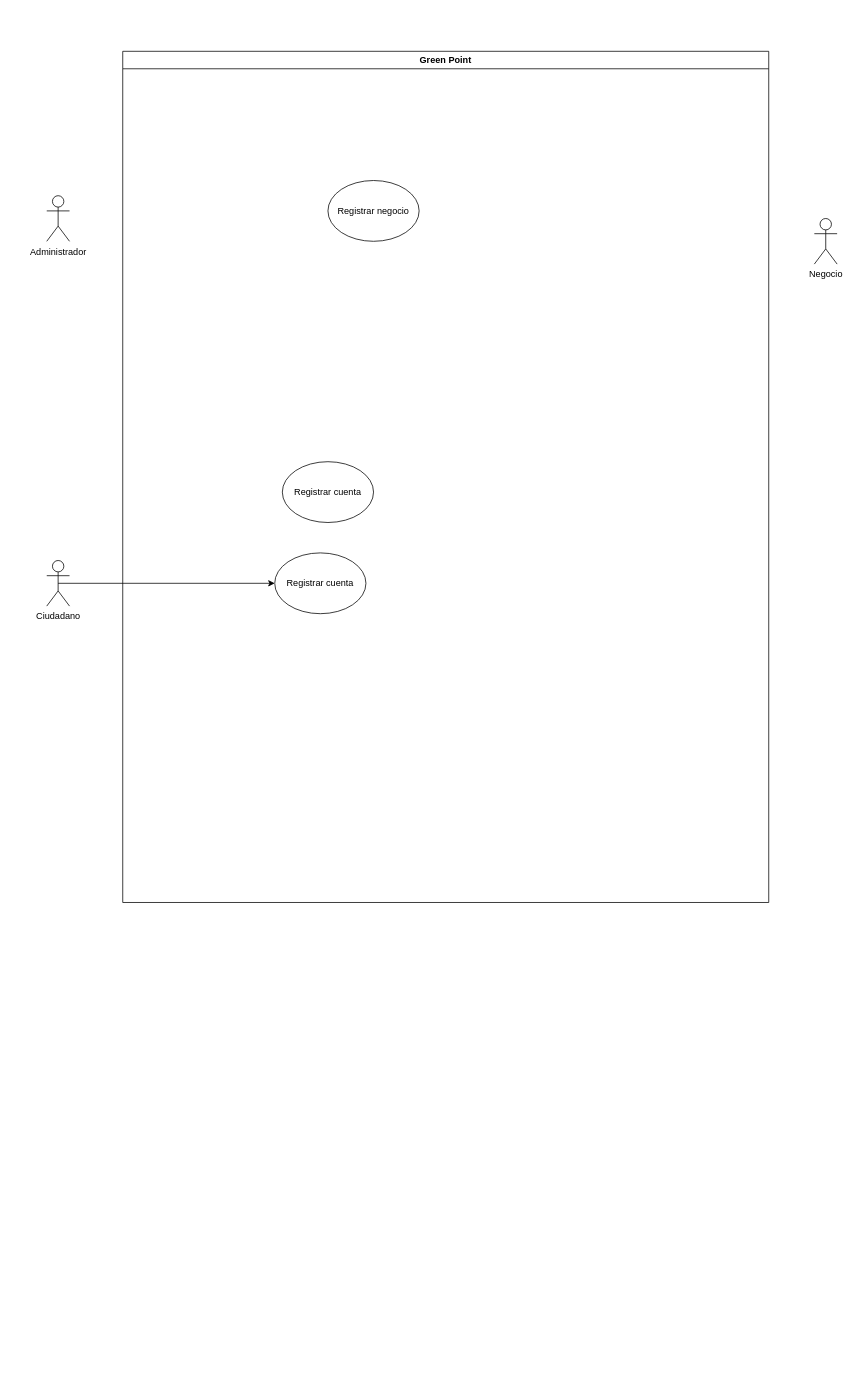
Above: Documentation/Green Point - Casos de Uso.drawio in Zydell/GreenPoint (draw.io), before the change. Source tidied: cells renumbered, new cells numbered last; positions are measured from the earlier drawing's top-left corner, leaving out a move shared by most shapes. Both pictures are drawn from the tidied source at 76%, with x=0, y=0 at pixel (46, 51).
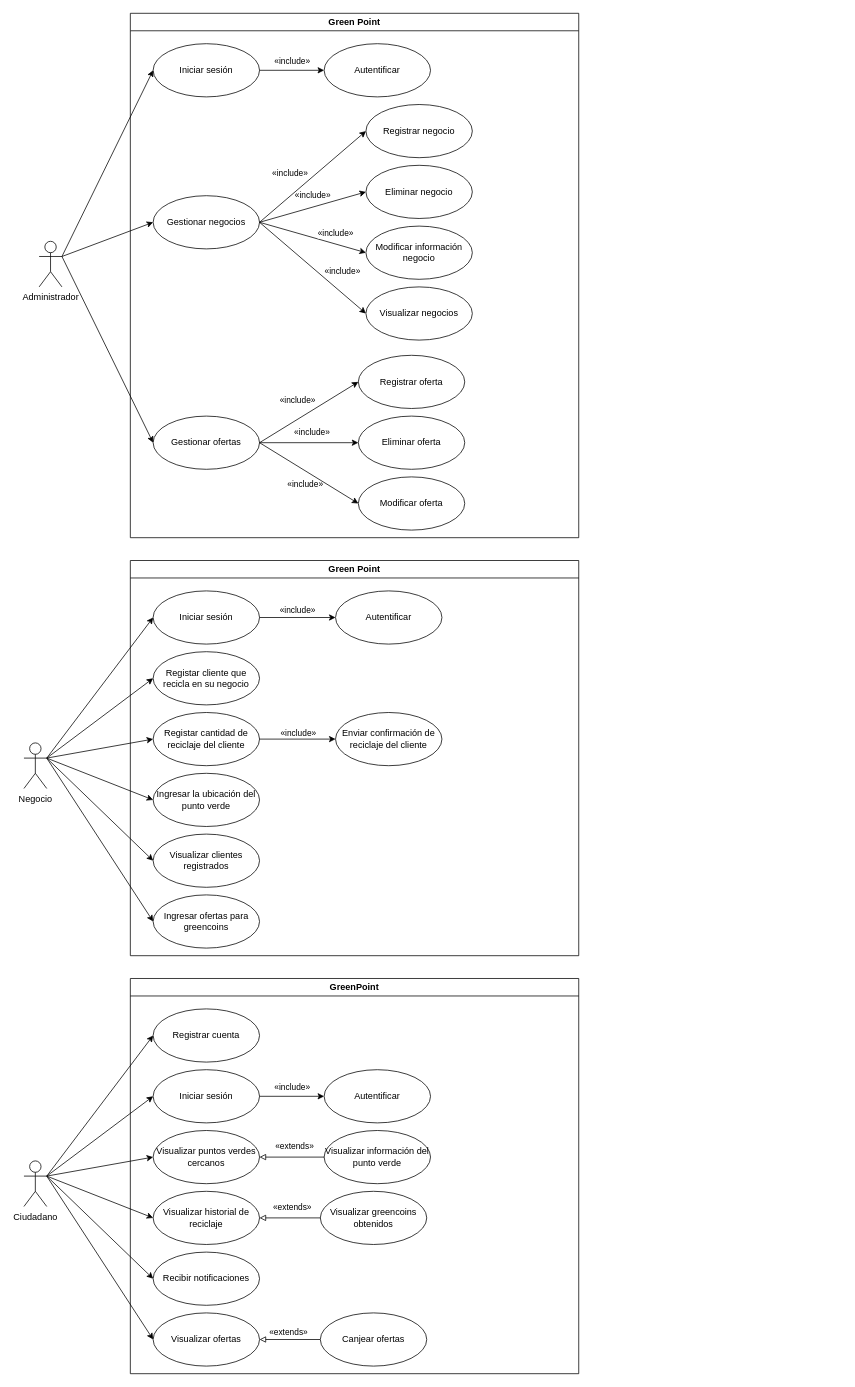
Above is the later version.

Commit message (it also covers changes not shown here):
Casos de Uso

What changed in the source:
```diff
@@
     <mxCell id="2" value="Green Point" style="swimlane;whiteSpace=wrap;html=1;" parent="1" vertex="1">
-      <mxGeometry x="100" width="850" height="1120" as="geometry" />
+      <mxGeometry x="110" y="-50" width="590" height="690" as="geometry" />
     </mxCell>
+    <mxCell id="10" value="Eliminar negocio" style="ellipse;whiteSpace=wrap;html=1;" parent="2" vertex="1">
+      <mxGeometry x="310" y="200" width="140" height="70" as="geometry" />
+    </mxCell>
     <mxCell id="3" value="Registrar negocio" style="ellipse;whiteSpace=wrap;html=1;" parent="2" vertex="1">
-      <mxGeometry x="270" y="170" width="120" height="80" as="geometry" />
+      <mxGeometry x="310" y="120" width="140" height="70" as="geometry" />
     </mxCell>
-    <mxCell id="4" value="Registrar cuenta" style="ellipse;whiteSpace=wrap;html=1;" parent="2" vertex="1">
-      <mxGeometry x="200" y="660" width="120" height="80" as="geometry" />
-    </mxCell>
-    <mxCell id="5" value="Registrar cuenta" style="ellipse;whiteSpace=wrap;html=1;" parent="2" vertex="1">
-      <mxGeometry x="210" y="540" width="120" height="80" as="geometry" />
-    </mxCell>
+    <mxCell id="11" value="Modificar información negocio" style="ellipse;whiteSpace=wrap;html=1;" parent="2" vertex="1">
+      <mxGeometry x="310" y="280" width="140" height="70" as="geometry" />
+    </mxCell>
+    <mxCell id="12" value="Visualizar negocios" style="ellipse;whiteSpace=wrap;html=1;" parent="2" vertex="1">
+      <mxGeometry x="310" y="360" width="140" height="70" as="geometry" />
+    </mxCell>
+    <mxCell id="13" value="Gestionar negocios" style="ellipse;whiteSpace=wrap;html=1;" parent="2" vertex="1">
+      <mxGeometry x="30" y="240" width="140" height="70" as="geometry" />
+    </mxCell>
+    <mxCell id="14" value="&lt;span style=&quot;color: rgb(0, 0, 0); font-family: Helvetica; font-size: 11px; font-style: normal; font-variant-ligatures: normal; font-variant-caps: normal; font-weight: 400; letter-spacing: normal; orphans: 2; text-align: center; text-indent: 0px; text-transform: none; widows: 2; word-spacing: 0px; -webkit-text-stroke-width: 0px; white-space: nowrap; background-color: rgb(255, 255, 255); text-decoration-thickness: initial; text-decoration-style: initial; text-decoration-color: initial; display: inline !important; float: none;&quot;&gt;«include»&lt;/span&gt;" style="rounded=0;jettySize=auto;html=1;exitX=1;exitY=0.5;exitDx=0;exitDy=0;entryX=0;entryY=0.5;entryDx=0;entryDy=0;" parent="2" edge="1" source="13" target="12">
+      <mxGeometry x="0.36" y="22" relative="1" as="geometry" />
+    </mxCell>
+    <mxCell id="15" value="&lt;span style=&quot;color: rgb(0, 0, 0); font-family: Helvetica; font-size: 11px; font-style: normal; font-variant-ligatures: normal; font-variant-caps: normal; font-weight: 400; letter-spacing: normal; orphans: 2; text-align: center; text-indent: 0px; text-transform: none; widows: 2; word-spacing: 0px; -webkit-text-stroke-width: 0px; white-space: nowrap; background-color: rgb(255, 255, 255); text-decoration-thickness: initial; text-decoration-style: initial; text-decoration-color: initial; display: inline !important; float: none;&quot;&gt;«include»&lt;/span&gt;" style="rounded=0;jettySize=auto;html=1;exitX=1;exitY=0.5;exitDx=0;exitDy=0;entryX=0;entryY=0.5;entryDx=0;entryDy=0;" parent="2" edge="1" source="13" target="11">
+      <mxGeometry x="0.38" y="13" relative="1" as="geometry" />
+    </mxCell>
+    <mxCell id="16" value="&lt;span style=&quot;color: rgb(0, 0, 0); font-family: Helvetica; font-size: 11px; font-style: normal; font-variant-ligatures: normal; font-variant-caps: normal; font-weight: 400; letter-spacing: normal; orphans: 2; text-align: center; text-indent: 0px; text-transform: none; widows: 2; word-spacing: 0px; -webkit-text-stroke-width: 0px; white-space: nowrap; background-color: rgb(255, 255, 255); text-decoration-thickness: initial; text-decoration-style: initial; text-decoration-color: initial; display: inline !important; float: none;&quot;&gt;«include»&lt;/span&gt;" style="rounded=0;jettySize=auto;html=1;exitX=1;exitY=0.5;exitDx=0;exitDy=0;entryX=0;entryY=0.5;entryDx=0;entryDy=0;" parent="2" edge="1" source="13" target="10">
+      <mxGeometry x="0.06" y="14" relative="1" as="geometry" />
+    </mxCell>
+    <mxCell id="17" value="&lt;span style=&quot;color: rgb(0, 0, 0); font-family: Helvetica; font-size: 11px; font-style: normal; font-variant-ligatures: normal; font-variant-caps: normal; font-weight: 400; letter-spacing: normal; orphans: 2; text-align: center; text-indent: 0px; text-transform: none; widows: 2; word-spacing: 0px; -webkit-text-stroke-width: 0px; white-space: nowrap; background-color: rgb(255, 255, 255); text-decoration-thickness: initial; text-decoration-style: initial; text-decoration-color: initial; display: inline !important; float: none;&quot;&gt;«include»&lt;/span&gt;" style="rounded=0;jettySize=auto;html=1;exitX=1;exitY=0.5;exitDx=0;exitDy=0;entryX=0;entryY=0.5;entryDx=0;entryDy=0;" parent="2" edge="1" source="13" target="3">
+      <mxGeometry x="-0.21" y="23" relative="1" as="geometry" />
+    </mxCell>
+    <mxCell id="18" value="Eliminar oferta" style="ellipse;whiteSpace=wrap;html=1;" parent="2" vertex="1">
+      <mxGeometry x="300" y="530" width="140" height="70" as="geometry" />
+    </mxCell>
+    <mxCell id="19" value="Registrar oferta" style="ellipse;whiteSpace=wrap;html=1;" parent="2" vertex="1">
+      <mxGeometry x="300" y="450" width="140" height="70" as="geometry" />
+    </mxCell>
+    <mxCell id="20" value="Modificar oferta" style="ellipse;whiteSpace=wrap;html=1;" parent="2" vertex="1">
+      <mxGeometry x="300" y="610" width="140" height="70" as="geometry" />
+    </mxCell>
+    <mxCell id="21" value="Gestionar ofertas" style="ellipse;whiteSpace=wrap;html=1;" parent="2" vertex="1">
+      <mxGeometry x="30" y="530" width="140" height="70" as="geometry" />
+    </mxCell>
+    <mxCell id="22" value="&lt;span style=&quot;color: rgb(0, 0, 0); font-family: Helvetica; font-size: 11px; font-style: normal; font-variant-ligatures: normal; font-variant-caps: normal; font-weight: 400; letter-spacing: normal; orphans: 2; text-align: center; text-indent: 0px; text-transform: none; widows: 2; word-spacing: 0px; -webkit-text-stroke-width: 0px; white-space: nowrap; text-decoration-thickness: initial; text-decoration-style: initial; text-decoration-color: initial; float: none; display: inline !important;&quot;&gt;«include»&lt;/span&gt;" style="rounded=0;jettySize=auto;html=1;exitX=1;exitY=0.5;exitDx=0;exitDy=0;entryX=0;entryY=0.5;entryDx=0;entryDy=0;labelBackgroundColor=none;" parent="2" edge="1" source="21" target="20">
+      <mxGeometry x="0.05" y="-15" relative="1" as="geometry" />
+    </mxCell>
+    <mxCell id="23" value="&lt;span style=&quot;color: rgb(0, 0, 0); font-family: Helvetica; font-size: 11px; font-style: normal; font-variant-ligatures: normal; font-variant-caps: normal; font-weight: 400; letter-spacing: normal; orphans: 2; text-align: center; text-indent: 0px; text-transform: none; widows: 2; word-spacing: 0px; -webkit-text-stroke-width: 0px; white-space: nowrap; background-color: rgb(255, 255, 255); text-decoration-thickness: initial; text-decoration-style: initial; text-decoration-color: initial; display: inline !important; float: none;&quot;&gt;«include»&lt;/span&gt;" style="rounded=0;jettySize=auto;html=1;exitX=1;exitY=0.5;exitDx=0;exitDy=0;entryX=0;entryY=0.5;entryDx=0;entryDy=0;" parent="2" edge="1" source="21" target="18">
+      <mxGeometry x="0.06" y="14" relative="1" as="geometry" />
+    </mxCell>
+    <mxCell id="24" value="&lt;span style=&quot;color: rgb(0, 0, 0); font-family: Helvetica; font-size: 11px; font-style: normal; font-variant-ligatures: normal; font-variant-caps: normal; font-weight: 400; letter-spacing: normal; orphans: 2; text-align: center; text-indent: 0px; text-transform: none; widows: 2; word-spacing: 0px; -webkit-text-stroke-width: 0px; white-space: nowrap; background-color: rgb(255, 255, 255); text-decoration-thickness: initial; text-decoration-style: initial; text-decoration-color: initial; display: inline !important; float: none;&quot;&gt;«include»&lt;/span&gt;" style="rounded=0;jettySize=auto;html=1;exitX=1;exitY=0.5;exitDx=0;exitDy=0;entryX=0;entryY=0.5;entryDx=0;entryDy=0;" parent="2" edge="1" source="21" target="19">
+      <mxGeometry x="-0.06" y="21" relative="1" as="geometry" />
+    </mxCell>
+    <mxCell id="25" value="Iniciar sesión" style="ellipse;whiteSpace=wrap;html=1;" parent="2" vertex="1">
+      <mxGeometry x="30" y="40" width="140" height="70" as="geometry" />
+    </mxCell>
+    <mxCell id="26" style="rounded=0;jettySize=auto;html=1;" parent="2" edge="1" source="25" target="28">
+      <mxGeometry relative="1" as="geometry" />
+    </mxCell>
+    <mxCell id="27" value="«include»" style="edgeLabel;html=1;align=center;verticalAlign=middle;" parent="26" vertex="1">
+      <mxGeometry x="-0.01" y="-1" relative="1" as="geometry">
+        <mxPoint y="-14" as="offset" />
+      </mxGeometry>
+    </mxCell>
+    <mxCell id="28" value="Autentificar" style="ellipse;whiteSpace=wrap;html=1;" parent="2" vertex="1">
+      <mxGeometry x="255" y="40" width="140" height="70" as="geometry" />
+    </mxCell>
+    <mxCell id="29" style="rounded=0;jettySize=auto;html=1;exitX=1;exitY=0.3333333333333333;exitDx=0;exitDy=0;exitPerimeter=0;entryX=0;entryY=0.5;entryDx=0;entryDy=0;" parent="1" edge="1" source="6" target="13">
+      <mxGeometry relative="1" as="geometry" />
+    </mxCell>
+    <mxCell id="30" style="rounded=0;jettySize=auto;html=1;exitX=1;exitY=0.3333333333333333;exitDx=0;exitDy=0;exitPerimeter=0;entryX=0;entryY=0.5;entryDx=0;entryDy=0;" parent="1" edge="1" source="6" target="21">
+      <mxGeometry relative="1" as="geometry" />
+    </mxCell>
+    <mxCell id="31" style="rounded=0;jettySize=auto;html=1;exitX=1;exitY=0.3333333333333333;exitDx=0;exitDy=0;exitPerimeter=0;entryX=0;entryY=0.5;entryDx=0;entryDy=0;" parent="1" edge="1" source="6" target="25">
+      <mxGeometry relative="1" as="geometry" />
+    </mxCell>
     <mxCell id="6" value="Administrador" style="shape=umlActor;verticalLabelPosition=bottom;verticalAlign=top;html=1;outlineConnect=0;" parent="1" vertex="1">
-      <mxGeometry y="190" width="30" height="60" as="geometry" />
+      <mxGeometry x="-10" y="250" width="30" height="60" as="geometry" />
     </mxCell>
+    <mxCell id="32" style="rounded=0;jettySize=auto;html=1;exitX=1;exitY=0.3333333333333333;exitDx=0;exitDy=0;exitPerimeter=0;entryX=0;entryY=0.5;entryDx=0;entryDy=0;" parent="1" edge="1" source="7" target="39">
+      <mxGeometry relative="1" as="geometry" />
+    </mxCell>
+    <mxCell id="33" style="rounded=0;jettySize=auto;html=1;exitX=1;exitY=0.3333333333333333;exitDx=0;exitDy=0;exitPerimeter=0;entryX=0;entryY=0.5;entryDx=0;entryDy=0;" parent="1" edge="1" source="7" target="49">
+      <mxGeometry relative="1" as="geometry" />
+    </mxCell>
+    <mxCell id="34" style="rounded=0;jettySize=auto;html=1;exitX=1;exitY=0.3333333333333333;exitDx=0;exitDy=0;exitPerimeter=0;entryX=0;entryY=0.5;entryDx=0;entryDy=0;" parent="1" edge="1" source="7" target="40">
+      <mxGeometry relative="1" as="geometry" />
+    </mxCell>
+    <mxCell id="35" style="rounded=0;jettySize=auto;html=1;exitX=1;exitY=0.3333333333333333;exitDx=0;exitDy=0;exitPerimeter=0;entryX=0;entryY=0.5;entryDx=0;entryDy=0;" parent="1" edge="1" source="7" target="47">
+      <mxGeometry relative="1" as="geometry" />
+    </mxCell>
+    <mxCell id="36" style="rounded=0;jettySize=auto;html=1;exitX=1;exitY=0.3333333333333333;exitDx=0;exitDy=0;exitPerimeter=0;entryX=0;entryY=0.5;entryDx=0;entryDy=0;" parent="1" edge="1" source="7" target="48">
+      <mxGeometry relative="1" as="geometry" />
+    </mxCell>
+    <mxCell id="37" style="rounded=0;jettySize=auto;html=1;exitX=1;exitY=0.3333333333333333;exitDx=0;exitDy=0;exitPerimeter=0;entryX=0;entryY=0.5;entryDx=0;entryDy=0;" parent="1" edge="1" source="7" target="50">
+      <mxGeometry relative="1" as="geometry" />
+    </mxCell>
     <mxCell id="7" value="Negocio" style="shape=umlActor;verticalLabelPosition=bottom;verticalAlign=top;html=1;outlineConnect=0;" parent="1" vertex="1">
-      <mxGeometry x="1010" y="220" width="30" height="60" as="geometry" />
+      <mxGeometry x="-30" y="910" width="30" height="60" as="geometry" />
     </mxCell>
-    <mxCell id="8" style="edgeStyle=orthogonalEdgeStyle;rounded=0;jettySize=auto;html=1;exitX=0.5;exitY=0.5;exitDx=0;exitDy=0;exitPerimeter=0;entryX=0;entryY=0.5;entryDx=0;entryDy=0;" parent="1" edge="1" source="9" target="4">
-      <mxGeometry relative="1" as="geometry" />
-    </mxCell>
+    <mxCell id="38" value="Green Point" style="swimlane;whiteSpace=wrap;html=1;" parent="1" vertex="1">
+      <mxGeometry x="110" y="670" width="590" height="520" as="geometry" />
+    </mxCell>
+    <mxCell id="39" value="Iniciar sesión" style="ellipse;whiteSpace=wrap;html=1;" parent="38" vertex="1">
+      <mxGeometry x="30" y="40" width="140" height="70" as="geometry" />
+    </mxCell>
+    <mxCell id="40" value="Registar cantidad de reciclaje del cliente" style="ellipse;whiteSpace=wrap;html=1;" parent="38" vertex="1">
+      <mxGeometry x="30" y="200" width="140" height="70" as="geometry" />
+    </mxCell>
+    <mxCell id="41" value="Enviar confirmación de reciclaje del cliente" style="ellipse;whiteSpace=wrap;html=1;" parent="38" vertex="1">
+      <mxGeometry x="270" y="200" width="140" height="70" as="geometry" />
+    </mxCell>
+    <mxCell id="42" value="Autentificar" style="ellipse;whiteSpace=wrap;html=1;" parent="38" vertex="1">
+      <mxGeometry x="270" y="40" width="140" height="70" as="geometry" />
+    </mxCell>
+    <mxCell id="43" style="rounded=0;jettySize=auto;html=1;entryX=1;entryY=0.5;entryDx=0;entryDy=0;endArrow=none;endFill=0;exitX=0;exitY=0.5;exitDx=0;exitDy=0;startArrow=classic;startFill=1;" parent="38" edge="1" source="41" target="40">
+      <mxGeometry relative="1" as="geometry" />
+    </mxCell>
+    <mxCell id="44" value="«include»" style="edgeLabel;html=1;align=center;verticalAlign=middle;" parent="43" vertex="1">
+      <mxGeometry x="-0.18" y="3" relative="1" as="geometry">
+        <mxPoint x="-9" y="-12" as="offset" />
+      </mxGeometry>
+    </mxCell>
+    <mxCell id="45" style="rounded=0;jettySize=auto;html=1;" parent="38" edge="1" source="39" target="42">
+      <mxGeometry relative="1" as="geometry" />
+    </mxCell>
+    <mxCell id="46" value="«include»" style="edgeLabel;html=1;align=center;verticalAlign=middle;" parent="45" vertex="1">
+      <mxGeometry x="-0.01" y="-1" relative="1" as="geometry">
+        <mxPoint x="-1" y="-11" as="offset" />
+      </mxGeometry>
+    </mxCell>
+    <mxCell id="47" value="Ingresar la ubicación del punto verde" style="ellipse;whiteSpace=wrap;html=1;" parent="38" vertex="1">
+      <mxGeometry x="30" y="280" width="140" height="70" as="geometry" />
+    </mxCell>
+    <mxCell id="48" value="Visualizar clientes registrados" style="ellipse;whiteSpace=wrap;html=1;" parent="38" vertex="1">
+      <mxGeometry x="30" y="360" width="140" height="70" as="geometry" />
+    </mxCell>
+    <mxCell id="49" value="Registar cliente que recicla en su negocio" style="ellipse;whiteSpace=wrap;html=1;" parent="38" vertex="1">
+      <mxGeometry x="30" y="120" width="140" height="70" as="geometry" />
+    </mxCell>
+    <mxCell id="50" value="Ingresar ofertas para greencoins" style="ellipse;whiteSpace=wrap;html=1;" parent="38" vertex="1">
+      <mxGeometry x="30" y="440" width="140" height="70" as="geometry" />
+    </mxCell>
+    <mxCell id="51" value="GreenPoint" style="swimlane;whiteSpace=wrap;html=1;" parent="1" vertex="1">
+      <mxGeometry x="110" y="1220" width="590" height="520" as="geometry" />
+    </mxCell>
+    <mxCell id="52" value="Visualizar greencoins obtenidos" style="ellipse;whiteSpace=wrap;html=1;" parent="51" vertex="1">
+      <mxGeometry x="250" y="280" width="140" height="70" as="geometry" />
+    </mxCell>
+    <mxCell id="53" value="Visualizar historial de reciclaje" style="ellipse;whiteSpace=wrap;html=1;" parent="51" vertex="1">
+      <mxGeometry x="30" y="280" width="140" height="70" as="geometry" />
+    </mxCell>
+    <mxCell id="54" value="Registrar cuenta" style="ellipse;whiteSpace=wrap;html=1;" parent="51" vertex="1">
+      <mxGeometry x="30" y="40" width="140" height="70" as="geometry" />
+    </mxCell>
+    <mxCell id="55" value="Visualizar puntos verdes cercanos" style="ellipse;whiteSpace=wrap;html=1;" parent="51" vertex="1">
+      <mxGeometry x="30" y="200" width="140" height="70" as="geometry" />
+    </mxCell>
+    <mxCell id="56" style="rounded=0;jettySize=auto;html=1;endArrow=block;endFill=0;exitX=0;exitY=0.5;exitDx=0;exitDy=0;" parent="51" edge="1" source="52" target="53">
+      <mxGeometry relative="1" as="geometry" />
+    </mxCell>
+    <mxCell id="57" value="«extends»" style="edgeLabel;html=1;align=center;verticalAlign=middle;" parent="56" vertex="1">
+      <mxGeometry x="-0.18" y="3" relative="1" as="geometry">
+        <mxPoint x="-5" y="-18" as="offset" />
+      </mxGeometry>
+    </mxCell>
+    <mxCell id="58" value="Iniciar sesión" style="ellipse;whiteSpace=wrap;html=1;" parent="51" vertex="1">
+      <mxGeometry x="30" y="120" width="140" height="70" as="geometry" />
+    </mxCell>
+    <mxCell id="59" value="Autentificar" style="ellipse;whiteSpace=wrap;html=1;" parent="51" vertex="1">
+      <mxGeometry x="255" y="120" width="140" height="70" as="geometry" />
+    </mxCell>
+    <mxCell id="60" style="rounded=0;jettySize=auto;html=1;" parent="51" edge="1" source="58" target="59">
+      <mxGeometry relative="1" as="geometry" />
+    </mxCell>
+    <mxCell id="61" value="«include»" style="edgeLabel;html=1;align=center;verticalAlign=middle;" parent="60" vertex="1">
+      <mxGeometry x="-0.01" y="-1" relative="1" as="geometry">
+        <mxPoint y="-14" as="offset" />
+      </mxGeometry>
+    </mxCell>
+    <mxCell id="62" value="Recibir notificaciones" style="ellipse;whiteSpace=wrap;html=1;" parent="51" vertex="1">
+      <mxGeometry x="30" y="360" width="140" height="70" as="geometry" />
+    </mxCell>
+    <mxCell id="63" value="Visualizar información del punto verde" style="ellipse;whiteSpace=wrap;html=1;" parent="51" vertex="1">
+      <mxGeometry x="255" y="200" width="140" height="70" as="geometry" />
+    </mxCell>
+    <mxCell id="64" style="rounded=0;jettySize=auto;html=1;endArrow=block;endFill=0;exitX=0;exitY=0.5;exitDx=0;exitDy=0;" parent="51" edge="1" source="63">
+      <mxGeometry relative="1" as="geometry">
+        <mxPoint x="170" y="235" as="targetPoint" />
+      </mxGeometry>
+    </mxCell>
+    <mxCell id="65" value="«extends»" style="edgeLabel;html=1;align=center;verticalAlign=middle;" parent="64" vertex="1">
+      <mxGeometry x="-0.18" y="3" relative="1" as="geometry">
+        <mxPoint x="-5" y="-18" as="offset" />
+      </mxGeometry>
+    </mxCell>
+    <mxCell id="66" value="«extends»" style="edgeStyle=orthogonalEdgeStyle;rounded=0;jettySize=auto;html=1;entryX=0;entryY=0.5;entryDx=0;entryDy=0;startArrow=block;startFill=0;endArrow=none;endFill=0;" parent="51" edge="1" source="67" target="68">
+      <mxGeometry x="-0.06" y="9" relative="1" as="geometry" />
+    </mxCell>
+    <mxCell id="67" value="Visualizar ofertas" style="ellipse;whiteSpace=wrap;html=1;" parent="51" vertex="1">
+      <mxGeometry x="30" y="440" width="140" height="70" as="geometry" />
+    </mxCell>
+    <mxCell id="68" value="Canjear ofertas" style="ellipse;whiteSpace=wrap;html=1;" parent="51" vertex="1">
+      <mxGeometry x="250" y="440" width="140" height="70" as="geometry" />
+    </mxCell>
+    <mxCell id="69" style="rounded=0;jettySize=auto;html=1;exitX=1;exitY=0.3333333333333333;exitDx=0;exitDy=0;exitPerimeter=0;entryX=0;entryY=0.5;entryDx=0;entryDy=0;" parent="1" edge="1" source="9" target="58">
+      <mxGeometry relative="1" as="geometry" />
+    </mxCell>
+    <mxCell id="70" style="rounded=0;jettySize=auto;html=1;exitX=1;exitY=0.3333333333333333;exitDx=0;exitDy=0;exitPerimeter=0;entryX=0;entryY=0.5;entryDx=0;entryDy=0;" parent="1" edge="1" source="9" target="55">
+      <mxGeometry relative="1" as="geometry" />
+    </mxCell>
+    <mxCell id="71" style="rounded=0;jettySize=auto;html=1;exitX=1;exitY=0.3333333333333333;exitDx=0;exitDy=0;exitPerimeter=0;entryX=0;entryY=0.5;entryDx=0;entryDy=0;" parent="1" edge="1" source="9" target="53">
+      <mxGeometry relative="1" as="geometry" />
+    </mxCell>
+    <mxCell id="72" style="rounded=0;jettySize=auto;html=1;exitX=1;exitY=0.3333333333333333;exitDx=0;exitDy=0;exitPerimeter=0;entryX=0;entryY=0.5;entryDx=0;entryDy=0;" parent="1" edge="1" source="9" target="62">
+      <mxGeometry relative="1" as="geometry" />
+    </mxCell>
+    <mxCell id="73" style="rounded=0;jettySize=auto;html=1;exitX=1;exitY=0.3333333333333333;exitDx=0;exitDy=0;exitPerimeter=0;entryX=0;entryY=0.5;entryDx=0;entryDy=0;" parent="1" edge="1" source="9" target="67">
+      <mxGeometry relative="1" as="geometry" />
+    </mxCell>
     <mxCell id="9" value="Ciudadano" style="shape=umlActor;verticalLabelPosition=bottom;verticalAlign=top;html=1;outlineConnect=0;" parent="1" vertex="1">
-      <mxGeometry y="670" width="30" height="60" as="geometry" />
+      <mxGeometry x="-30" y="1460" width="30" height="60" as="geometry" />
     </mxCell>
+    <mxCell id="74" style="rounded=0;jettySize=auto;html=1;exitX=1;exitY=0.3333333333333333;exitDx=0;exitDy=0;exitPerimeter=0;entryX=0;entryY=0.5;entryDx=0;entryDy=0;" parent="1" edge="1" source="9" target="54">
+      <mxGeometry relative="1" as="geometry" />
+    </mxCell>
```
